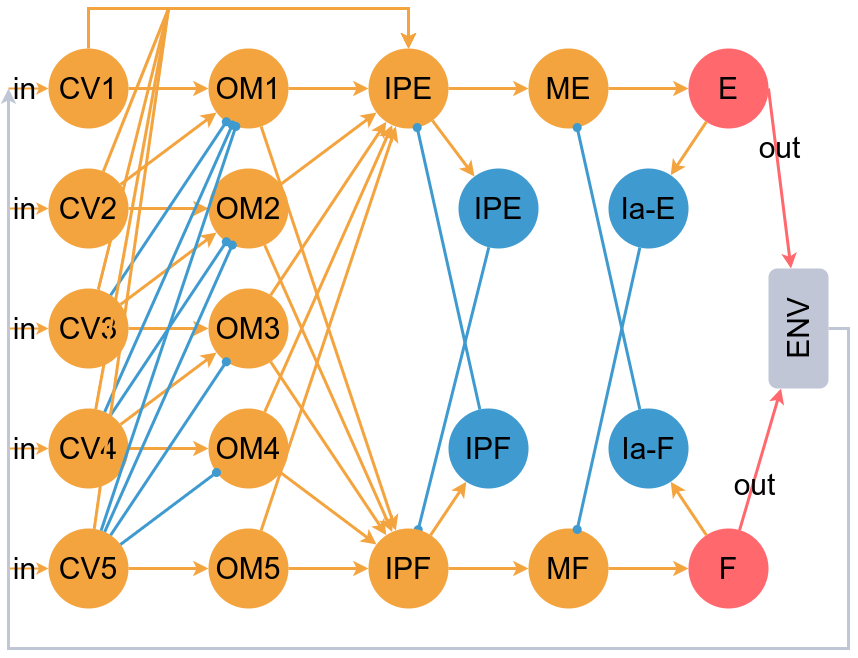
Above: Neurotechnologies_and_TRIZ/CPG_S-Field.png in max-talanov/1 (draw.io), before the change. Source tidied: cells renumbered, new cells last; positions are measured from the earlier drawing's top-left corner, leaving out a move shared by most shapes. Source of this version:
```xml
<mxGraphModel>
  <root>
    <mxCell id="0" />
    <mxCell id="1" parent="0" />
    <mxCell id="2" style="rounded=0;jettySize=auto;html=1;fontSize=30;strokeColor=#F3A43E;strokeWidth=3;startArrow=none;startFill=0;" parent="1" edge="1" source="4" target="3">
      <mxGeometry relative="1" as="geometry" />
    </mxCell>
    <mxCell id="3" value="OM1" style="ellipse;whiteSpace=wrap;html=1;fontSize=30;strokeColor=none;fillColor=#F3A43E;" parent="1" vertex="1">
      <mxGeometry x="200" y="40" width="80" height="80" as="geometry" />
    </mxCell>
    <mxCell id="4" value="CV1" style="ellipse;whiteSpace=wrap;html=1;fontSize=30;strokeColor=none;fillColor=#F3A43E;" parent="1" vertex="1">
      <mxGeometry x="40" y="40" width="80" height="80" as="geometry" />
    </mxCell>
    <mxCell id="5" value="IPE" style="ellipse;whiteSpace=wrap;html=1;fontSize=30;strokeColor=none;fillColor=#3E9ACF;" parent="1" vertex="1">
      <mxGeometry x="450" y="160" width="80" height="80" as="geometry" />
    </mxCell>
    <mxCell id="6" style="rounded=0;jettySize=auto;html=1;fontSize=30;strokeColor=#3E9ACF;strokeWidth=3;endArrow=oval;endFill=1;" parent="1" edge="1" source="5" target="44">
      <mxGeometry relative="1" as="geometry" />
    </mxCell>
    <mxCell id="7" style="rounded=0;jettySize=auto;html=1;fontSize=30;strokeColor=#F3A43E;strokeWidth=2;" parent="1" edge="1" target="4">
      <mxGeometry relative="1" as="geometry">
        <mxPoint y="80" as="sourcePoint" />
      </mxGeometry>
    </mxCell>
    <mxCell id="8" value="&lt;font color=&quot;#000000&quot;&gt;in&lt;/font&gt;" style="edgeLabel;html=1;align=center;verticalAlign=middle;fontSize=30;fontColor=#FFFFFF;labelBackgroundColor=none;" parent="7" vertex="1">
      <mxGeometry x="-0.35" y="1" relative="1" as="geometry">
        <mxPoint x="2" as="offset" />
      </mxGeometry>
    </mxCell>
    <mxCell id="9" style="rounded=0;jettySize=auto;html=1;fontSize=30;strokeColor=#F3A43E;strokeWidth=3;startArrow=none;startFill=0;" parent="1" edge="1" source="11" target="10">
      <mxGeometry relative="1" as="geometry" />
    </mxCell>
    <mxCell id="10" value="OM2" style="ellipse;whiteSpace=wrap;html=1;fontSize=30;strokeColor=none;fillColor=#F3A43E;" parent="1" vertex="1">
      <mxGeometry x="200" y="160" width="80" height="80" as="geometry" />
    </mxCell>
    <mxCell id="11" value="CV2" style="ellipse;whiteSpace=wrap;html=1;fontSize=30;strokeColor=none;fillColor=#F3A43E;" parent="1" vertex="1">
      <mxGeometry x="40" y="160" width="80" height="80" as="geometry" />
    </mxCell>
    <mxCell id="12" style="rounded=0;jettySize=auto;html=1;fontSize=30;strokeColor=#F3A43E;strokeWidth=2;" parent="1" edge="1" target="11">
      <mxGeometry relative="1" as="geometry">
        <mxPoint y="200" as="sourcePoint" />
      </mxGeometry>
    </mxCell>
    <mxCell id="13" value="&lt;font color=&quot;#000000&quot;&gt;in&lt;/font&gt;" style="edgeLabel;html=1;align=center;verticalAlign=middle;fontSize=30;fontColor=#FFFFFF;labelBackgroundColor=none;" parent="12" vertex="1">
      <mxGeometry x="-0.35" y="1" relative="1" as="geometry">
        <mxPoint x="2" as="offset" />
      </mxGeometry>
    </mxCell>
    <mxCell id="14" style="rounded=0;jettySize=auto;html=1;fontSize=30;strokeColor=#F3A43E;strokeWidth=3;startArrow=none;startFill=0;" parent="1" edge="1" source="11" target="3">
      <mxGeometry relative="1" as="geometry" />
    </mxCell>
    <mxCell id="15" style="rounded=0;jettySize=auto;html=1;fontSize=30;strokeColor=#F3A43E;strokeWidth=3;startArrow=none;startFill=0;" parent="1" edge="1" source="17" target="16">
      <mxGeometry relative="1" as="geometry" />
    </mxCell>
    <mxCell id="16" value="OM3" style="ellipse;whiteSpace=wrap;html=1;fontSize=30;strokeColor=none;fillColor=#F3A43E;" parent="1" vertex="1">
      <mxGeometry x="200" y="280" width="80" height="80" as="geometry" />
    </mxCell>
    <mxCell id="17" value="CV3" style="ellipse;whiteSpace=wrap;html=1;fontSize=30;strokeColor=none;fillColor=#F3A43E;" parent="1" vertex="1">
      <mxGeometry x="40" y="280" width="80" height="80" as="geometry" />
    </mxCell>
    <mxCell id="18" style="rounded=0;jettySize=auto;html=1;fontSize=30;strokeColor=#F3A43E;strokeWidth=2;" parent="1" edge="1" target="17">
      <mxGeometry relative="1" as="geometry">
        <mxPoint y="320" as="sourcePoint" />
      </mxGeometry>
    </mxCell>
    <mxCell id="19" value="&lt;font color=&quot;#000000&quot;&gt;in&lt;/font&gt;" style="edgeLabel;html=1;align=center;verticalAlign=middle;fontSize=30;fontColor=#FFFFFF;labelBackgroundColor=none;" parent="18" vertex="1">
      <mxGeometry x="-0.35" y="1" relative="1" as="geometry">
        <mxPoint x="2" as="offset" />
      </mxGeometry>
    </mxCell>
    <mxCell id="20" style="rounded=0;jettySize=auto;html=1;fontSize=30;strokeColor=#F3A43E;strokeWidth=3;startArrow=none;startFill=0;" parent="1" edge="1" source="17" target="10">
      <mxGeometry relative="1" as="geometry" />
    </mxCell>
    <mxCell id="21" style="rounded=0;jettySize=auto;html=1;fontSize=30;strokeColor=#3E9ACF;strokeWidth=3;endArrow=oval;endFill=1;" parent="1" edge="1" source="17" target="3">
      <mxGeometry relative="1" as="geometry" />
    </mxCell>
    <mxCell id="22" style="rounded=0;jettySize=auto;html=1;fontSize=30;strokeColor=#F3A43E;strokeWidth=3;startArrow=none;startFill=0;" parent="1" edge="1" source="24" target="23">
      <mxGeometry relative="1" as="geometry" />
    </mxCell>
    <mxCell id="23" value="OM4" style="ellipse;whiteSpace=wrap;html=1;fontSize=30;strokeColor=none;fillColor=#F3A43E;" parent="1" vertex="1">
      <mxGeometry x="200" y="400" width="80" height="80" as="geometry" />
    </mxCell>
    <mxCell id="24" value="CV4" style="ellipse;whiteSpace=wrap;html=1;fontSize=30;strokeColor=none;fillColor=#F3A43E;" parent="1" vertex="1">
      <mxGeometry x="40" y="400" width="80" height="80" as="geometry" />
    </mxCell>
    <mxCell id="25" style="rounded=0;jettySize=auto;html=1;fontSize=30;strokeColor=#F3A43E;strokeWidth=2;" parent="1" edge="1" target="24">
      <mxGeometry relative="1" as="geometry">
        <mxPoint y="440" as="sourcePoint" />
      </mxGeometry>
    </mxCell>
    <mxCell id="26" value="&lt;font color=&quot;#000000&quot;&gt;in&lt;/font&gt;" style="edgeLabel;html=1;align=center;verticalAlign=middle;fontSize=30;fontColor=#FFFFFF;labelBackgroundColor=none;" parent="25" vertex="1">
      <mxGeometry x="-0.35" y="1" relative="1" as="geometry">
        <mxPoint x="2" as="offset" />
      </mxGeometry>
    </mxCell>
    <mxCell id="27" style="rounded=0;jettySize=auto;html=1;fontSize=30;strokeColor=#F3A43E;strokeWidth=3;startArrow=none;startFill=0;" parent="1" edge="1" source="29" target="28">
      <mxGeometry relative="1" as="geometry" />
    </mxCell>
    <mxCell id="28" value="OM5" style="ellipse;whiteSpace=wrap;html=1;fontSize=30;strokeColor=none;fillColor=#F3A43E;" parent="1" vertex="1">
      <mxGeometry x="200" y="520" width="80" height="80" as="geometry" />
    </mxCell>
    <mxCell id="29" value="CV5" style="ellipse;whiteSpace=wrap;html=1;fontSize=30;strokeColor=none;fillColor=#F3A43E;" parent="1" vertex="1">
      <mxGeometry x="40" y="520" width="80" height="80" as="geometry" />
    </mxCell>
    <mxCell id="30" style="rounded=0;jettySize=auto;html=1;fontSize=30;strokeColor=#F3A43E;strokeWidth=2;" parent="1" edge="1" target="29">
      <mxGeometry relative="1" as="geometry">
        <mxPoint y="560" as="sourcePoint" />
      </mxGeometry>
    </mxCell>
    <mxCell id="31" value="&lt;font color=&quot;#000000&quot;&gt;in&lt;/font&gt;" style="edgeLabel;html=1;align=center;verticalAlign=middle;fontSize=30;fontColor=#FFFFFF;labelBackgroundColor=none;" parent="30" vertex="1">
      <mxGeometry x="-0.35" y="1" relative="1" as="geometry">
        <mxPoint x="2" as="offset" />
      </mxGeometry>
    </mxCell>
    <mxCell id="32" style="rounded=0;jettySize=auto;html=1;fontSize=30;strokeColor=#F3A43E;strokeWidth=3;startArrow=none;startFill=0;" parent="1" edge="1" source="24" target="16">
      <mxGeometry relative="1" as="geometry" />
    </mxCell>
    <mxCell id="33" style="rounded=0;jettySize=auto;html=1;fontSize=30;strokeColor=#3E9ACF;strokeWidth=3;endArrow=oval;endFill=1;" parent="1" edge="1" source="24" target="3">
      <mxGeometry relative="1" as="geometry" />
    </mxCell>
    <mxCell id="34" style="rounded=0;jettySize=auto;html=1;fontSize=30;strokeColor=#3E9ACF;strokeWidth=3;endArrow=oval;endFill=1;" parent="1" edge="1" source="24" target="10">
      <mxGeometry relative="1" as="geometry" />
    </mxCell>
    <mxCell id="35" style="rounded=0;jettySize=auto;html=1;fontSize=30;strokeColor=#3E9ACF;strokeWidth=3;endArrow=oval;endFill=1;" parent="1" edge="1" source="29" target="10">
      <mxGeometry relative="1" as="geometry" />
    </mxCell>
    <mxCell id="36" style="rounded=0;jettySize=auto;html=1;fontSize=30;strokeColor=#3E9ACF;strokeWidth=3;endArrow=oval;endFill=1;" parent="1" edge="1" source="29" target="3">
      <mxGeometry relative="1" as="geometry" />
    </mxCell>
    <mxCell id="37" style="rounded=0;jettySize=auto;html=1;fontSize=30;strokeColor=#3E9ACF;strokeWidth=3;endArrow=oval;endFill=1;" parent="1" edge="1" source="29" target="23">
      <mxGeometry relative="1" as="geometry" />
    </mxCell>
    <mxCell id="38" value="IPE" style="ellipse;whiteSpace=wrap;html=1;fontSize=30;strokeColor=none;fillColor=#F3A43E;" parent="1" vertex="1">
      <mxGeometry x="360" y="40" width="80" height="80" as="geometry" />
    </mxCell>
    <mxCell id="39" style="rounded=0;jettySize=auto;html=1;fontSize=30;strokeColor=#F3A43E;strokeWidth=3;startArrow=none;startFill=0;" parent="1" edge="1" source="3" target="38">
      <mxGeometry relative="1" as="geometry" />
    </mxCell>
    <mxCell id="40" style="rounded=0;jettySize=auto;html=1;fontSize=30;strokeColor=#F3A43E;strokeWidth=3;startArrow=none;startFill=0;" parent="1" edge="1" source="10" target="38">
      <mxGeometry relative="1" as="geometry" />
    </mxCell>
    <mxCell id="41" style="rounded=0;jettySize=auto;html=1;fontSize=30;strokeColor=#F3A43E;strokeWidth=3;startArrow=none;startFill=0;" parent="1" edge="1" source="16" target="38">
      <mxGeometry relative="1" as="geometry" />
    </mxCell>
    <mxCell id="42" style="rounded=0;jettySize=auto;html=1;fontSize=30;strokeColor=#F3A43E;strokeWidth=3;startArrow=none;startFill=0;" parent="1" edge="1" source="23" target="38">
      <mxGeometry relative="1" as="geometry" />
    </mxCell>
    <mxCell id="43" style="rounded=0;jettySize=auto;html=1;fontSize=30;strokeColor=#F3A43E;strokeWidth=3;startArrow=none;startFill=0;" parent="1" edge="1" source="28" target="38">
      <mxGeometry relative="1" as="geometry" />
    </mxCell>
    <mxCell id="44" value="IPF" style="ellipse;whiteSpace=wrap;html=1;fontSize=30;strokeColor=none;fillColor=#F3A43E;" parent="1" vertex="1">
      <mxGeometry x="360" y="520" width="80" height="80" as="geometry" />
    </mxCell>
    <mxCell id="45" style="rounded=0;jettySize=auto;html=1;fontSize=30;strokeColor=#F3A43E;strokeWidth=3;startArrow=none;startFill=0;" parent="1" edge="1" source="38" target="5">
      <mxGeometry relative="1" as="geometry" />
    </mxCell>
    <mxCell id="46" value="IPF" style="ellipse;whiteSpace=wrap;html=1;fontSize=30;strokeColor=none;fillColor=#3E9ACF;" parent="1" vertex="1">
      <mxGeometry x="440" y="400" width="80" height="80" as="geometry" />
    </mxCell>
    <mxCell id="47" style="rounded=0;jettySize=auto;html=1;fontSize=30;strokeColor=#F3A43E;strokeWidth=3;startArrow=none;startFill=0;" parent="1" edge="1" source="28" target="44">
      <mxGeometry relative="1" as="geometry" />
    </mxCell>
    <mxCell id="48" style="rounded=0;jettySize=auto;html=1;fontSize=30;strokeColor=#F3A43E;strokeWidth=3;startArrow=none;startFill=0;" parent="1" edge="1" source="23" target="44">
      <mxGeometry relative="1" as="geometry" />
    </mxCell>
    <mxCell id="49" style="rounded=0;jettySize=auto;html=1;fontSize=30;strokeColor=#F3A43E;strokeWidth=3;startArrow=none;startFill=0;" parent="1" edge="1" source="16" target="44">
      <mxGeometry relative="1" as="geometry" />
    </mxCell>
    <mxCell id="50" style="rounded=0;jettySize=auto;html=1;fontSize=30;strokeColor=#F3A43E;strokeWidth=3;startArrow=none;startFill=0;" parent="1" edge="1" source="10" target="44">
      <mxGeometry relative="1" as="geometry" />
    </mxCell>
    <mxCell id="51" style="rounded=0;jettySize=auto;html=1;fontSize=30;strokeColor=#3E9ACF;strokeWidth=3;endArrow=oval;endFill=1;" parent="1" edge="1" source="46" target="38">
      <mxGeometry relative="1" as="geometry" />
    </mxCell>
    <mxCell id="52" style="rounded=0;jettySize=auto;html=1;fontSize=30;strokeColor=#3E9ACF;strokeWidth=3;endArrow=oval;endFill=1;" parent="1" edge="1" source="29" target="16">
      <mxGeometry relative="1" as="geometry" />
    </mxCell>
    <mxCell id="53" style="rounded=0;jettySize=auto;html=1;fontSize=30;strokeColor=#F3A43E;strokeWidth=3;startArrow=none;startFill=0;" parent="1" edge="1" source="44" target="46">
      <mxGeometry relative="1" as="geometry" />
    </mxCell>
    <mxCell id="54" style="rounded=0;jettySize=auto;html=1;fontSize=30;strokeColor=#F3A43E;strokeWidth=3;startArrow=none;startFill=0;" parent="1" edge="1" source="3" target="44">
      <mxGeometry relative="1" as="geometry" />
    </mxCell>
    <mxCell id="55" style="rounded=0;jettySize=auto;html=1;fontSize=30;strokeColor=#F3A43E;strokeWidth=3;startArrow=none;startFill=0;exitX=0.5;exitY=0;exitDx=0;exitDy=0;" parent="1" edge="1" source="4" target="38">
      <mxGeometry relative="1" as="geometry">
        <Array as="points">
          <mxPoint x="80" />
          <mxPoint x="400" />
        </Array>
      </mxGeometry>
    </mxCell>
    <mxCell id="56" style="rounded=0;jettySize=auto;html=1;fontSize=30;strokeColor=#F3A43E;strokeWidth=3;startArrow=none;startFill=0;" parent="1" edge="1" source="11" target="38">
      <mxGeometry relative="1" as="geometry">
        <Array as="points">
          <mxPoint x="160" />
          <mxPoint x="400" />
        </Array>
      </mxGeometry>
    </mxCell>
    <mxCell id="57" style="rounded=0;jettySize=auto;html=1;fontSize=30;strokeColor=#F3A43E;strokeWidth=3;startArrow=none;startFill=0;" parent="1" edge="1" source="17" target="38">
      <mxGeometry relative="1" as="geometry">
        <Array as="points">
          <mxPoint x="160" />
          <mxPoint x="400" />
        </Array>
      </mxGeometry>
    </mxCell>
    <mxCell id="58" style="rounded=0;jettySize=auto;html=1;fontSize=30;strokeColor=#F3A43E;strokeWidth=3;startArrow=none;startFill=0;" parent="1" edge="1" source="24" target="38">
      <mxGeometry relative="1" as="geometry">
        <Array as="points">
          <mxPoint x="160" />
          <mxPoint x="400" />
        </Array>
      </mxGeometry>
    </mxCell>
    <mxCell id="59" style="rounded=0;jettySize=auto;html=1;fontSize=30;strokeColor=#F3A43E;strokeWidth=3;startArrow=none;startFill=0;" parent="1" edge="1" source="29" target="38">
      <mxGeometry relative="1" as="geometry">
        <Array as="points">
          <mxPoint x="160" />
          <mxPoint x="400" />
        </Array>
      </mxGeometry>
    </mxCell>
    <mxCell id="60" value="ME" style="ellipse;whiteSpace=wrap;html=1;fontSize=30;strokeColor=none;fillColor=#F3A43E;" parent="1" vertex="1">
      <mxGeometry x="520" y="40" width="80" height="80" as="geometry" />
    </mxCell>
    <mxCell id="61" style="rounded=0;jettySize=auto;html=1;fontSize=30;strokeColor=#F3A43E;strokeWidth=3;startArrow=none;startFill=0;exitX=1;exitY=0.5;exitDx=0;exitDy=0;" parent="1" edge="1" source="38" target="60">
      <mxGeometry relative="1" as="geometry" />
    </mxCell>
    <mxCell id="62" value="MF" style="ellipse;whiteSpace=wrap;html=1;fontSize=30;strokeColor=none;fillColor=#F3A43E;" parent="1" vertex="1">
      <mxGeometry x="520" y="520" width="80" height="80" as="geometry" />
    </mxCell>
    <mxCell id="63" style="rounded=0;jettySize=auto;html=1;fontSize=30;strokeColor=#F3A43E;strokeWidth=3;startArrow=none;startFill=0;exitX=1;exitY=0.5;exitDx=0;exitDy=0;" parent="1" edge="1" source="44" target="62">
      <mxGeometry relative="1" as="geometry" />
    </mxCell>
    <mxCell id="64" value="Ia-F" style="ellipse;whiteSpace=wrap;html=1;fontSize=30;strokeColor=none;fillColor=#3E9ACF;" parent="1" vertex="1">
      <mxGeometry x="600" y="400" width="80" height="80" as="geometry" />
    </mxCell>
    <mxCell id="65" value="Ia-E" style="ellipse;whiteSpace=wrap;html=1;fontSize=30;strokeColor=none;fillColor=#3E9ACF;" parent="1" vertex="1">
      <mxGeometry x="600" y="160" width="80" height="80" as="geometry" />
    </mxCell>
    <mxCell id="66" style="rounded=0;jettySize=auto;html=1;fontSize=30;strokeColor=#3E9ACF;strokeWidth=3;endArrow=oval;endFill=1;" parent="1" edge="1" source="65" target="62">
      <mxGeometry relative="1" as="geometry" />
    </mxCell>
    <mxCell id="67" style="rounded=0;jettySize=auto;html=1;fontSize=30;strokeColor=#3E9ACF;strokeWidth=3;endArrow=oval;endFill=1;" parent="1" edge="1" source="64" target="60">
      <mxGeometry relative="1" as="geometry" />
    </mxCell>
    <mxCell id="68" value="F" style="ellipse;whiteSpace=wrap;html=1;fontSize=30;strokeColor=none;fillColor=#FF696D;" parent="1" vertex="1">
      <mxGeometry x="680" y="520" width="80" height="80" as="geometry" />
    </mxCell>
    <mxCell id="69" value="E" style="ellipse;whiteSpace=wrap;html=1;fontSize=30;strokeColor=none;fillColor=#FF696D;" parent="1" vertex="1">
      <mxGeometry x="680" y="40" width="80" height="80" as="geometry" />
    </mxCell>
    <mxCell id="70" style="rounded=0;jettySize=auto;html=1;fontSize=30;strokeColor=#F3A43E;strokeWidth=3;startArrow=none;startFill=0;" parent="1" edge="1" source="60" target="69">
      <mxGeometry relative="1" as="geometry" />
    </mxCell>
    <mxCell id="71" style="rounded=0;jettySize=auto;html=1;fontSize=30;strokeColor=#F3A43E;strokeWidth=3;startArrow=none;startFill=0;" parent="1" edge="1" source="62" target="68">
      <mxGeometry relative="1" as="geometry" />
    </mxCell>
    <mxCell id="72" style="rounded=0;jettySize=auto;html=1;fontSize=30;strokeColor=#F3A43E;strokeWidth=3;startArrow=none;startFill=0;" parent="1" edge="1" source="69" target="65">
      <mxGeometry relative="1" as="geometry" />
    </mxCell>
    <mxCell id="73" style="rounded=0;jettySize=auto;html=1;fontSize=30;strokeColor=#F3A43E;strokeWidth=3;startArrow=none;startFill=0;" parent="1" edge="1" source="68" target="64">
      <mxGeometry relative="1" as="geometry" />
    </mxCell>
    <mxCell id="74" style="rounded=0;jettySize=auto;html=1;fontSize=30;strokeColor=#FF696D;strokeWidth=3;" parent="1" edge="1" source="68" target="78">
      <mxGeometry relative="1" as="geometry" />
    </mxCell>
    <mxCell id="75" value="&lt;font color=&quot;#000000&quot;&gt;out&lt;/font&gt;" style="edgeLabel;html=1;align=center;verticalAlign=middle;fontSize=30;fontColor=#FFFFFF;labelBackgroundColor=none;" parent="74" vertex="1">
      <mxGeometry x="-0.35" y="1" relative="1" as="geometry">
        <mxPoint x="2" as="offset" />
      </mxGeometry>
    </mxCell>
    <mxCell id="76" style="rounded=0;jettySize=auto;html=1;fontSize=30;strokeColor=#FF696D;strokeWidth=3;exitX=1;exitY=0.5;exitDx=0;exitDy=0;" parent="1" edge="1" source="69" target="78">
      <mxGeometry relative="1" as="geometry" />
    </mxCell>
    <mxCell id="77" value="&lt;font color=&quot;#000000&quot;&gt;out&lt;/font&gt;" style="edgeLabel;html=1;align=center;verticalAlign=middle;fontSize=30;fontColor=#FFFFFF;labelBackgroundColor=none;" parent="76" vertex="1">
      <mxGeometry x="-0.35" y="1" relative="1" as="geometry">
        <mxPoint x="2" as="offset" />
      </mxGeometry>
    </mxCell>
    <mxCell id="78" value="ENV" style="rounded=1;whiteSpace=wrap;html=1;fillColor=#C1C6D6;rotation=-90;strokeColor=none;fontSize=30;" parent="1" vertex="1">
      <mxGeometry x="730" y="290" width="120" height="60" as="geometry" />
    </mxCell>
    <mxCell id="79" style="rounded=0;jettySize=auto;html=1;fontSize=30;strokeColor=#C1C6D6;strokeWidth=3;exitX=0.5;exitY=1;exitDx=0;exitDy=0;" parent="1" edge="1" source="78">
      <mxGeometry relative="1" as="geometry">
        <mxPoint y="80" as="targetPoint" />
        <Array as="points">
          <mxPoint x="840" y="320" />
          <mxPoint x="840" y="640" />
          <mxPoint y="640" />
        </Array>
      </mxGeometry>
    </mxCell>
  </root>
</mxGraphModel>
```
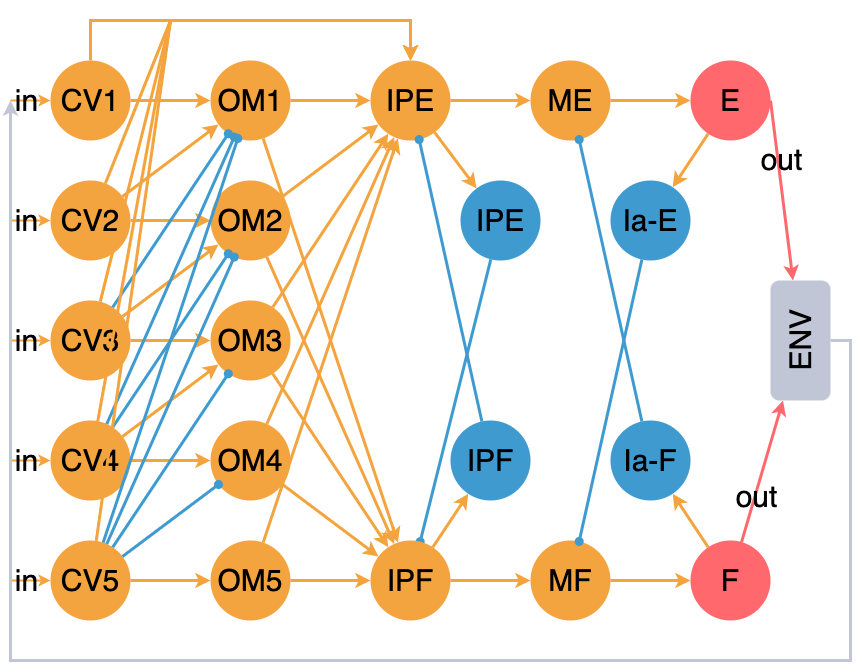
After the change.

Diff of the diagram source:
```diff
@@ -1,7 +1,11 @@
 <mxGraphModel>
   <root>
     <mxCell id="0" />
+    <mxCell id="80" value="bkg" parent="0" />
+    <mxCell id="81" style="rounded=0;whiteSpace=wrap;html=1;strokeColor=none;" parent="80" vertex="1">
+      <mxGeometry x="-10" y="-20" width="860" height="670" as="geometry" />
+    </mxCell>
-    <mxCell id="1" parent="0" />
+    <mxCell id="1" value="1" parent="0" />
     <mxCell id="2" style="rounded=0;jettySize=auto;html=1;fontSize=30;strokeColor=#F3A43E;strokeWidth=3;startArrow=none;startFill=0;" parent="1" edge="1" source="4" target="3">
       <mxGeometry relative="1" as="geometry" />
     </mxCell>
```
